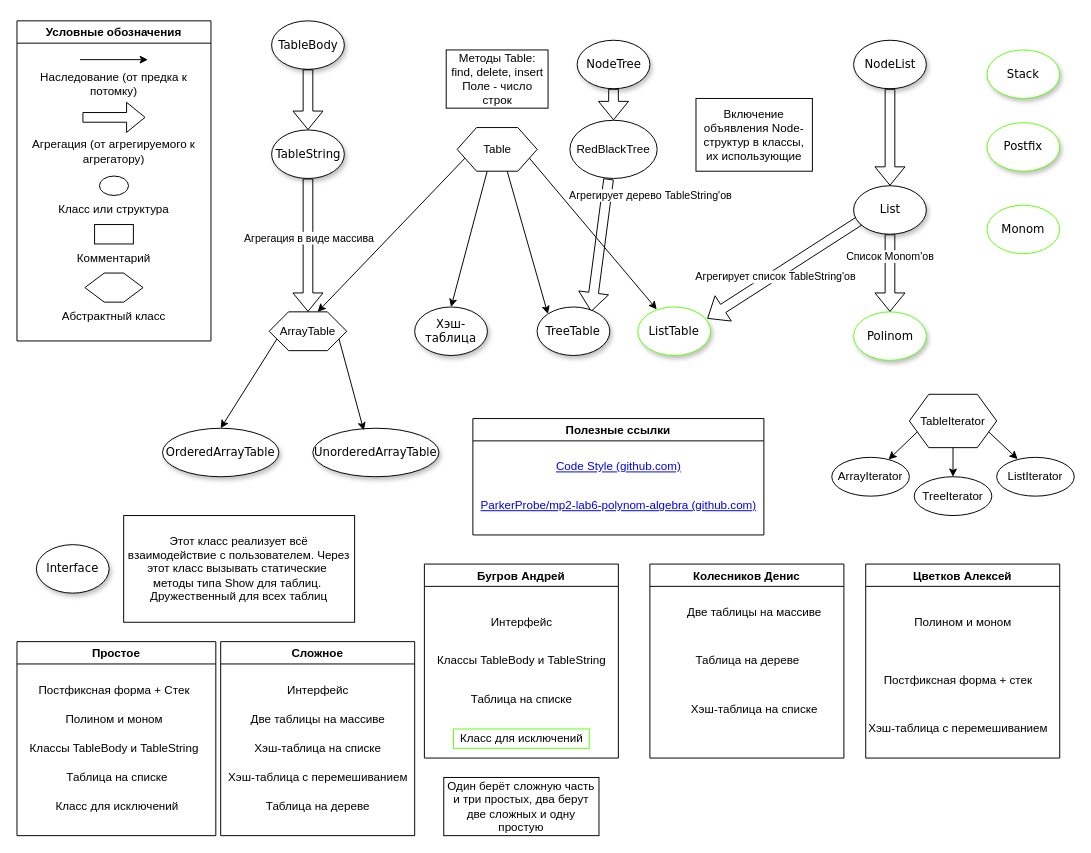
The draw.io diagram Class_Diagram.drawio in ParkerProbe/mp2-lab6-polynom-algebra, before the edit. Source tidied: cells renumbered, new cells numbered last; positions are measured from the earlier drawing's top-left corner, leaving out a move shared by most shapes. Both pictures are drawn from the tidied source at 97%, with x=0, y=0 at pixel (16, 20).
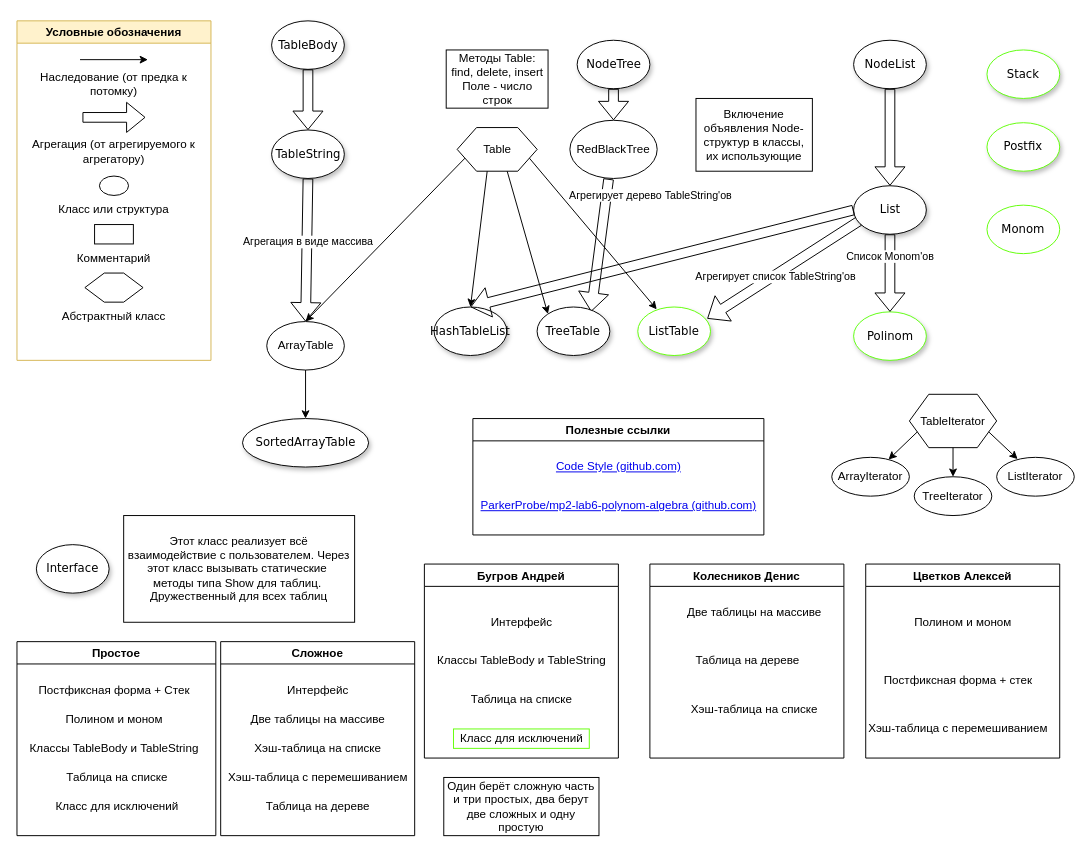
After the change.

Unchanged cells that the change refers to:
```xml
<mxCell id="15" value="Table" style="shape=hexagon;perimeter=hexagonPerimeter2;whiteSpace=wrap;html=1;fixedSize=1;" parent="1" vertex="1">
  <mxGeometry x="453.8" y="110" width="82.5" height="45" as="geometry" />
</mxCell>
<mxCell id="43" value="List" style="ellipse;whiteSpace=wrap;html=1;rounded=0;shadow=1;comic=0;labelBackgroundColor=none;strokeWidth=1;fontFamily=Verdana;fontSize=12;align=center;" parent="1" vertex="1">
  <mxGeometry x="862.5" y="170" width="75" height="50" as="geometry" />
</mxCell>
```

The edit, as a diff of the source:
```diff
@@
-    <mxCell id="4" value="Условные обозначения" style="swimlane;" parent="1" vertex="1">
-      <mxGeometry width="200" height="330" as="geometry" />
+    <mxCell id="4" value="Условные обозначения" style="swimlane;fillColor=#fff2cc;strokeColor=#d6b656;" parent="1" vertex="1">
+      <mxGeometry width="200" height="350" as="geometry" />
     </mxCell>
@@
-    <mxCell id="16" value="ArrayTable" style="shape=hexagon;perimeter=hexagonPerimeter2;whiteSpace=wrap;html=1;fixedSize=1;" parent="1" vertex="1">
-      <mxGeometry x="260" y="300" width="80" height="40" as="geometry" />
-    </mxCell>
-    <mxCell id="17" style="endArrow=classic;html=1;rounded=0;exitX=0;exitY=0.75;exitDx=0;exitDy=0;entryX=0.625;entryY=0;entryDx=0;entryDy=0;" parent="1" edge="1" source="15" target="16">
+    <mxCell id="17" style="endArrow=classic;html=1;rounded=0;exitX=0;exitY=0.75;exitDx=0;exitDy=0;entryX=0.5;entryY=0;entryDx=0;entryDy=0;" parent="1" edge="1" source="15" target="16">
       <mxGeometry relative="1" as="geometry" />
     </mxCell>
-    <mxCell id="18" value="OrderedArrayTable" style="ellipse;whiteSpace=wrap;html=1;rounded=0;shadow=1;comic=0;labelBackgroundColor=none;strokeWidth=1;fontFamily=Verdana;fontSize=12;align=center;" parent="1" vertex="1">
-      <mxGeometry x="150" y="420" width="120" height="50" as="geometry" />
-    </mxCell>
-    <mxCell id="19" value="UnorderedArrayTable" style="ellipse;whiteSpace=wrap;html=1;rounded=0;shadow=1;comic=0;labelBackgroundColor=none;strokeWidth=1;fontFamily=Verdana;fontSize=12;align=center;" parent="1" vertex="1">
-      <mxGeometry x="305" y="420" width="130" height="50" as="geometry" />
+    <mxCell id="19" value="SortedArrayTable" style="ellipse;whiteSpace=wrap;html=1;rounded=0;shadow=1;comic=0;labelBackgroundColor=none;strokeWidth=1;fontFamily=Verdana;fontSize=12;align=center;" parent="1" vertex="1">
+      <mxGeometry x="232.5" y="410" width="130" height="50" as="geometry" />
     </mxCell>
-    <mxCell id="20" style="endArrow=classic;html=1;rounded=0;exitX=0;exitY=0.75;exitDx=0;exitDy=0;entryX=0.5;entryY=0;entryDx=0;entryDy=0;" parent="1" edge="1" source="16" target="18">
-      <mxGeometry relative="1" as="geometry" />
-    </mxCell>
-    <mxCell id="21" style="endArrow=classic;html=1;rounded=0;exitX=1;exitY=0.75;exitDx=0;exitDy=0;entryX=0.404;entryY=0.044;entryDx=0;entryDy=0;entryPerimeter=0;" parent="1" edge="1" source="16" target="19">
+    <mxCell id="21" style="endArrow=classic;html=1;rounded=0;exitX=0.5;exitY=1;exitDx=0;exitDy=0;entryX=0.5;entryY=0;entryDx=0;entryDy=0;" parent="1" edge="1" source="16" target="19">
       <mxGeometry relative="1" as="geometry" />
     </mxCell>
@@
-    <mxCell id="46" value="Хэш-таблица" style="ellipse;whiteSpace=wrap;html=1;rounded=0;shadow=1;comic=0;labelBackgroundColor=none;strokeWidth=1;fontFamily=Verdana;fontSize=12;align=center;" parent="1" vertex="1">
-      <mxGeometry x="410" y="295" width="75" height="50" as="geometry" />
+    <mxCell id="46" value="HashTableList" style="ellipse;whiteSpace=wrap;html=1;rounded=0;shadow=1;comic=0;labelBackgroundColor=none;strokeWidth=1;fontFamily=Verdana;fontSize=12;align=center;" parent="1" vertex="1">
+      <mxGeometry x="430" y="295" width="75" height="50" as="geometry" />
     </mxCell>
@@
+    <mxCell id="16" value="ArrayTable" style="ellipse;whiteSpace=wrap;html=1;" parent="1" vertex="1">
+      <mxGeometry x="257.5" y="310" width="80" height="50" as="geometry" />
+    </mxCell>
+    <mxCell id="87" style="shape=flexArrow;endArrow=classic;html=1;rounded=0;entryX=0.5;entryY=0;entryDx=0;entryDy=0;exitX=0;exitY=0.5;exitDx=0;exitDy=0;" parent="1" edge="1" source="43" target="46">
+      <mxGeometry relative="1" as="geometry" />
+    </mxCell>
```
